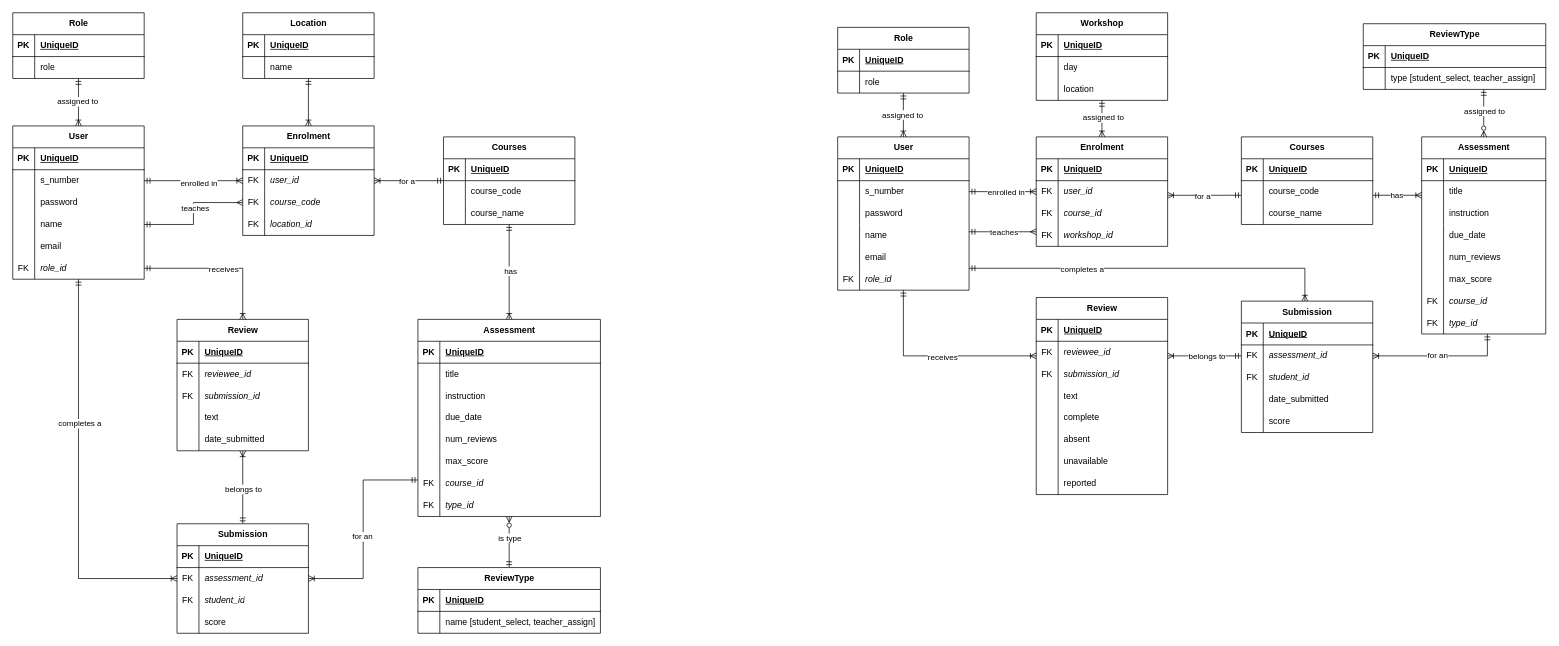
Above: documentation/ERD.drawio in pieter-dutoit/wad-milestone-2 (draw.io), before the change. Source tidied: cells renumbered, new cells numbered last; positions are measured from the earlier drawing's top-left corner, leaving out a move shared by most shapes. Both pictures are drawn from the tidied source at 73%, with x=0, y=0 at pixel (12, 12).
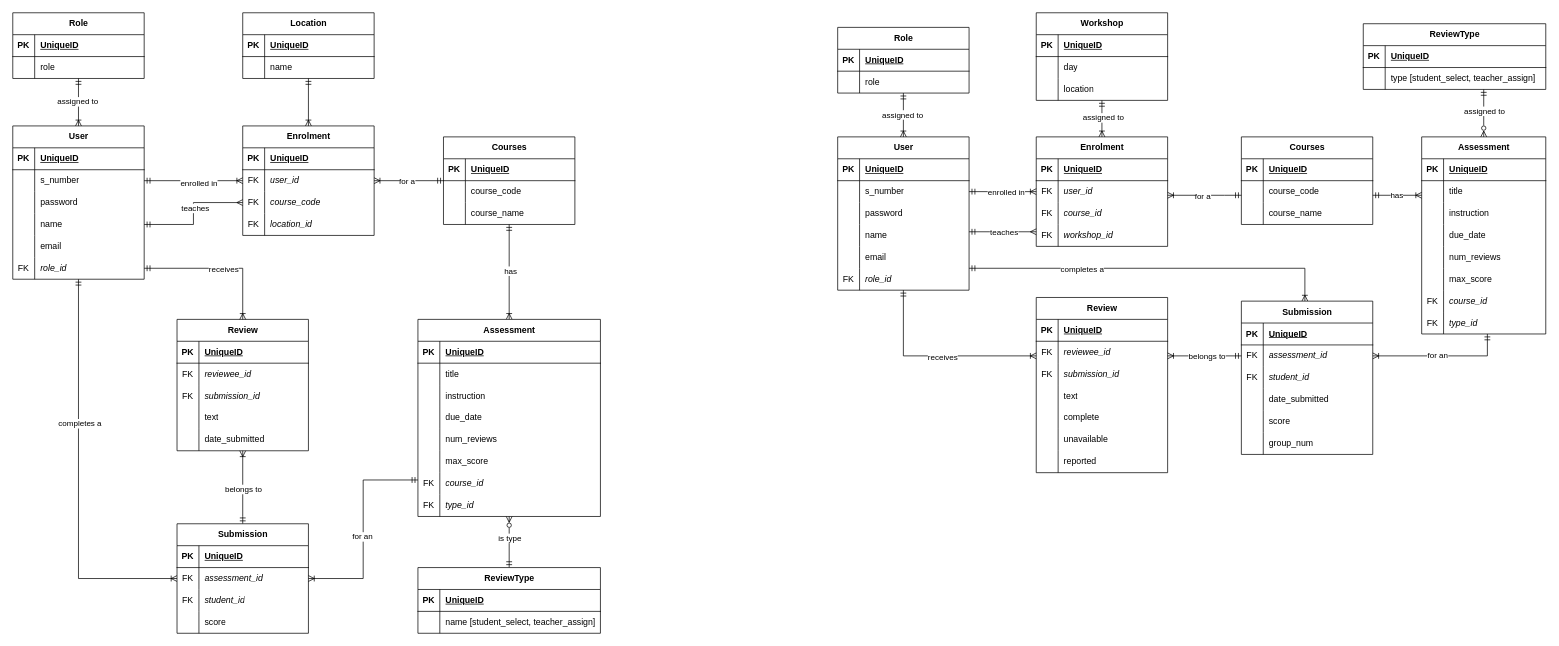
After the change.

Change to the diagram source:
```diff
@@
     <mxCell id="217" value="Review" style="shape=table;startSize=30;childLayout=tableLayout;rowLines=0;fontStyle=1;align=center;html=1;" parent="1" vertex="1">
-      <mxGeometry x="1402" y="390" width="180" height="270" as="geometry" />
+      <mxGeometry x="1402" y="390" width="180" height="240" as="geometry" />
     </mxCell>
@@
-    <mxCell id="233" style="shape=tableRow;horizontal=0;startSize=0;swimlaneHead=0;swimlaneBody=0;fillColor=none;top=0;left=0;right=0;bottom=0;" parent="217" vertex="1">
-      <mxGeometry y="180" width="180" height="30" as="geometry" />
-    </mxCell>
-    <mxCell id="234" style="shape=partialRectangle;fillColor=none;top=0;left=0;bottom=0;right=0;overflow=hidden;whiteSpace=wrap;html=1;" parent="233" vertex="1">
-      <mxGeometry width="30" height="30" as="geometry" />
-    </mxCell>
-    <mxCell id="235" value="absent" style="shape=partialRectangle;fillColor=none;top=0;left=0;bottom=0;right=0;align=left;spacingLeft=6;overflow=hidden;whiteSpace=wrap;html=1;" parent="233" vertex="1">
-      <mxGeometry x="30" width="150" height="30" as="geometry" />
-    </mxCell>
     <mxCell id="236" style="shape=tableRow;horizontal=0;startSize=0;swimlaneHead=0;swimlaneBody=0;fillColor=none;top=0;left=0;right=0;bottom=0;" parent="217" vertex="1">
-      <mxGeometry y="210" width="180" height="30" as="geometry" />
+      <mxGeometry y="180" width="180" height="30" as="geometry" />
     </mxCell>
@@
     <mxCell id="239" style="shape=tableRow;horizontal=0;startSize=0;swimlaneHead=0;swimlaneBody=0;fillColor=none;top=0;left=0;right=0;bottom=0;" parent="217" vertex="1">
-      <mxGeometry y="240" width="180" height="30" as="geometry" />
+      <mxGeometry y="210" width="180" height="30" as="geometry" />
     </mxCell>
@@
     <mxCell id="264" value="Submission" style="shape=table;startSize=30;childLayout=tableLayout;rowLines=0;fontStyle=1;align=center;html=1;" parent="1" vertex="1">
-      <mxGeometry x="1683" y="395" width="180" height="180" as="geometry" />
+      <mxGeometry x="1683" y="395" width="180" height="210" as="geometry" />
     </mxCell>
@@
+    <mxCell id="233" style="shape=tableRow;horizontal=0;startSize=0;swimlaneHead=0;swimlaneBody=0;fillColor=none;top=0;left=0;right=0;bottom=0;" parent="264" vertex="1">
+      <mxGeometry y="180" width="180" height="30" as="geometry" />
+    </mxCell>
+    <mxCell id="234" style="shape=partialRectangle;fillColor=none;top=0;left=0;bottom=0;right=0;overflow=hidden;whiteSpace=wrap;html=1;" parent="233" vertex="1">
+      <mxGeometry width="30" height="30" as="geometry" />
+    </mxCell>
+    <mxCell id="294" value="group_num" style="shape=partialRectangle;fillColor=none;top=0;left=0;bottom=0;right=0;align=left;spacingLeft=6;overflow=hidden;whiteSpace=wrap;html=1;" parent="233" vertex="1">
+      <mxGeometry x="30" width="150" height="30" as="geometry" />
+    </mxCell>
```
